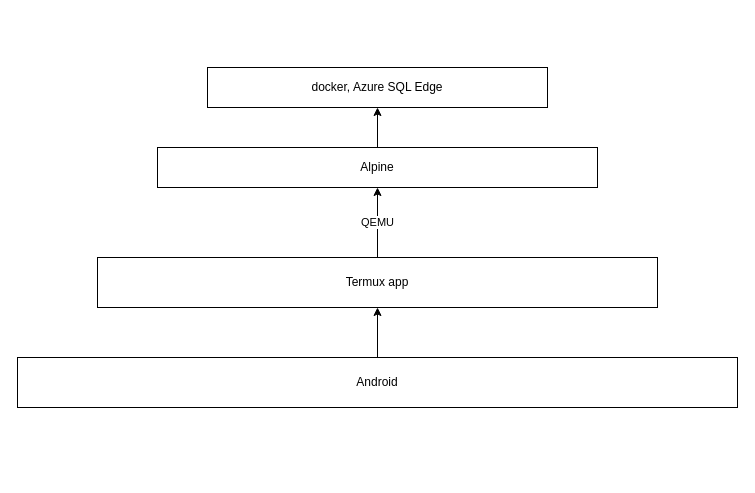
Earlier version of the draw.io diagram Azure SQL Edge on phone.drawio (renjieliu/jot). Source tidied: cells renumbered, new cells numbered last; positions are measured from the earlier drawing's top-left corner, leaving out a move shared by most shapes. Both pictures are drawn from the tidied source at 100%, with x=0, y=0 at pixel (17, 67).
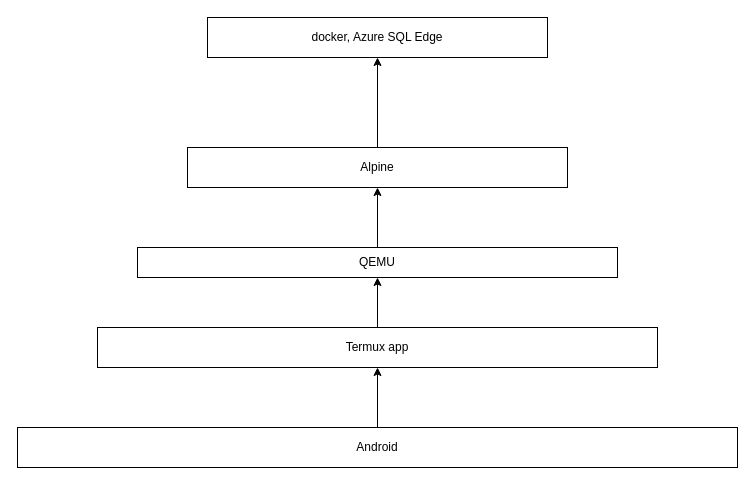
After the change.

Change to the diagram source:
```diff
@@
 <mxGraphModel>
   <root>
     <mxCell id="0" />
     <mxCell id="1" parent="0" />
     <mxCell id="2" style="edgeStyle=orthogonalEdgeStyle;rounded=0;jettySize=auto;html=1;entryX=0.5;entryY=1;entryDx=0;entryDy=0;" parent="1" edge="1" source="3" target="5">
       <mxGeometry relative="1" as="geometry" />
     </mxCell>
     <mxCell id="3" value="Android" style="rounded=0;whiteSpace=wrap;html=1;" parent="1" vertex="1">
-      <mxGeometry y="290" width="720" height="50" as="geometry" />
+      <mxGeometry y="360" width="720" height="40" as="geometry" />
     </mxCell>
-    <mxCell id="4" value="QEMU" style="edgeStyle=orthogonalEdgeStyle;rounded=0;jettySize=auto;html=1;exitX=0.5;exitY=0;exitDx=0;exitDy=0;entryX=0.5;entryY=1;entryDx=0;entryDy=0;" parent="1" edge="1" source="5" target="7">
-      <mxGeometry relative="1" as="geometry" />
-    </mxCell>
+    <mxCell id="10" style="edgeStyle=orthogonalEdgeStyle;rounded=0;jettySize=auto;html=1;exitX=0.5;exitY=0;exitDx=0;exitDy=0;entryX=0.5;entryY=1;entryDx=0;entryDy=0;" parent="1" edge="1" source="5" target="4">
+      <mxGeometry relative="1" as="geometry" />
+    </mxCell>
     <mxCell id="5" value="Termux app" style="rounded=0;whiteSpace=wrap;html=1;" parent="1" vertex="1">
-      <mxGeometry x="80" y="190" width="560" height="50" as="geometry" />
+      <mxGeometry x="80" y="260" width="560" height="40" as="geometry" />
     </mxCell>
     <mxCell id="6" style="edgeStyle=orthogonalEdgeStyle;rounded=0;jettySize=auto;html=1;exitX=0.5;exitY=0;exitDx=0;exitDy=0;entryX=0.5;entryY=1;entryDx=0;entryDy=0;" parent="1" edge="1" source="7" target="8">
       <mxGeometry relative="1" as="geometry" />
     </mxCell>
     <mxCell id="7" value="Alpine" style="rounded=0;whiteSpace=wrap;html=1;" parent="1" vertex="1">
-      <mxGeometry x="140" y="80" width="440" height="40" as="geometry" />
+      <mxGeometry x="170" y="80" width="380" height="40" as="geometry" />
     </mxCell>
     <mxCell id="8" value="docker, Azure SQL Edge" style="rounded=0;whiteSpace=wrap;html=1;" parent="1" vertex="1">
-      <mxGeometry x="190" width="340" height="40" as="geometry" />
+      <mxGeometry x="190" y="-50" width="340" height="40" as="geometry" />
     </mxCell>
     <mxCell id="9" style="edgeStyle=orthogonalEdgeStyle;rounded=0;orthogonalLoop=1;jettySize=auto;html=1;exitX=0.5;exitY=1;exitDx=0;exitDy=0;" parent="1" edge="1" source="3" target="3">
       <mxGeometry relative="1" as="geometry" />
     </mxCell>
+    <mxCell id="11" style="edgeStyle=orthogonalEdgeStyle;rounded=0;jettySize=auto;html=1;exitX=0.5;exitY=0;exitDx=0;exitDy=0;entryX=0.5;entryY=1;entryDx=0;entryDy=0;" parent="1" edge="1" source="4" target="7">
+      <mxGeometry relative="1" as="geometry" />
+    </mxCell>
+    <mxCell id="4" value="QEMU" style="rounded=0;whiteSpace=wrap;html=1;" parent="1" vertex="1">
+      <mxGeometry x="120" y="180" width="480" height="30" as="geometry" />
+    </mxCell>
   </root>
 </mxGraphModel>
```
